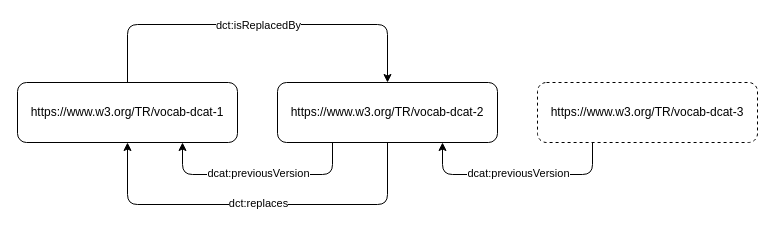
w3c/dxwg keeps this draw.io diagram as dcat/images/version-replace.drawio. Above is the earlier version. Source tidied: cells renumbered, new cells numbered last; positions are measured from the earlier drawing's top-left corner, leaving out a move shared by most shapes. Both pictures are drawn from the tidied source at 100%, with x=0, y=0 at pixel (17, 24).
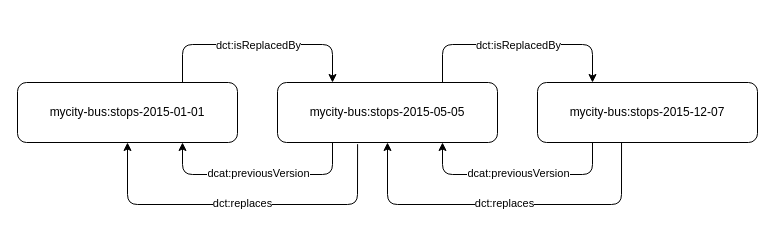
After the change.

Diff of the diagram source:
```diff
@@
-    <mxCell id="2" value="https://www.w3.org/TR/vocab-dcat-1" style="rounded=1;whiteSpace=wrap;html=1;" parent="1" vertex="1">
+    <mxCell id="2" value="mycity-bus:stops-2015-01-01" style="rounded=1;whiteSpace=wrap;html=1;" parent="1" vertex="1">
       <mxGeometry y="58" width="220" height="60" as="geometry" />
     </mxCell>
-    <mxCell id="3" value="https://www.w3.org/TR/vocab-dcat-2" style="rounded=1;whiteSpace=wrap;html=1;" parent="1" vertex="1">
+    <mxCell id="3" value="mycity-bus:stops-2015-05-05" style="rounded=1;whiteSpace=wrap;html=1;" parent="1" vertex="1">
       <mxGeometry x="260" y="58" width="220" height="60" as="geometry" />
     </mxCell>
-    <mxCell id="4" value="https://www.w3.org/TR/vocab-dcat-3" style="rounded=1;whiteSpace=wrap;html=1;dashed=1;" parent="1" vertex="1">
+    <mxCell id="4" value="mycity-bus:stops-2015-12-07" style="rounded=1;whiteSpace=wrap;html=1;" parent="1" vertex="1">
       <mxGeometry x="520" y="58" width="220" height="60" as="geometry" />
     </mxCell>
@@
-    <mxCell id="9" style="endArrow=classic;html=1;exitX=0.5;exitY=1;exitDx=0;exitDy=0;entryX=0.5;entryY=1;entryDx=0;entryDy=0;" parent="1" edge="1" source="3" target="2">
+    <mxCell id="9" style="endArrow=classic;html=1;exitX=0.364;exitY=1.028;exitDx=0;exitDy=0;entryX=0.5;entryY=1;entryDx=0;entryDy=0;exitPerimeter=0;" parent="1" edge="1" source="3" target="2">
       <mxGeometry relative="1" as="geometry">
         <Array as="points">
-          <mxPoint x="370" y="180" />
+          <mxPoint x="340" y="180" />
           <mxPoint x="110" y="180" />
         </Array>
       </mxGeometry>
     </mxCell>
@@
-    <mxCell id="11" style="endArrow=classic;html=1;exitX=0.5;exitY=0;exitDx=0;exitDy=0;entryX=0.5;entryY=0;entryDx=0;entryDy=0;" parent="1" edge="1" source="2" target="3">
+    <mxCell id="11" style="endArrow=classic;html=1;exitX=0.75;exitY=0;exitDx=0;exitDy=0;entryX=0.25;entryY=0;entryDx=0;entryDy=0;" parent="1" edge="1" source="2" target="3">
       <mxGeometry relative="1" as="geometry">
         <Array as="points">
-          <mxPoint x="110" />
-          <mxPoint x="370" />
+          <mxPoint x="165" y="20" />
+          <mxPoint x="315" y="20" />
         </Array>
       </mxGeometry>
     </mxCell>
@@
+    <mxCell id="13" style="endArrow=classic;html=1;exitX=0.5;exitY=0;exitDx=0;exitDy=0;entryX=0.25;entryY=0;entryDx=0;entryDy=0;" parent="1" edge="1" target="4">
+      <mxGeometry relative="1" as="geometry">
+        <mxPoint x="425" y="58" as="sourcePoint" />
+        <Array as="points">
+          <mxPoint x="425" y="20" />
+          <mxPoint x="575" y="20" />
+        </Array>
+      </mxGeometry>
+    </mxCell>
+    <mxCell id="14" value="dct:isReplacedBy" style="edgeLabel;html=1;align=center;verticalAlign=middle;" parent="13" vertex="1">
+      <mxGeometry relative="1" as="geometry" />
+    </mxCell>
+    <mxCell id="15" style="endArrow=classic;html=1;entryX=0.5;entryY=1;entryDx=0;entryDy=0;exitX=0.382;exitY=1.006;exitDx=0;exitDy=0;exitPerimeter=0;" parent="1" edge="1" source="4" target="3">
+      <mxGeometry relative="1" as="geometry">
+        <Array as="points">
+          <mxPoint x="604" y="180" />
+          <mxPoint x="370" y="180" />
+        </Array>
+      </mxGeometry>
+    </mxCell>
+    <mxCell id="16" value="dct:replaces" style="edgeLabel;html=1;align=center;verticalAlign=middle;" parent="15" vertex="1">
+      <mxGeometry relative="1" as="geometry">
+        <mxPoint y="-2" as="offset" />
+      </mxGeometry>
+    </mxCell>
```
